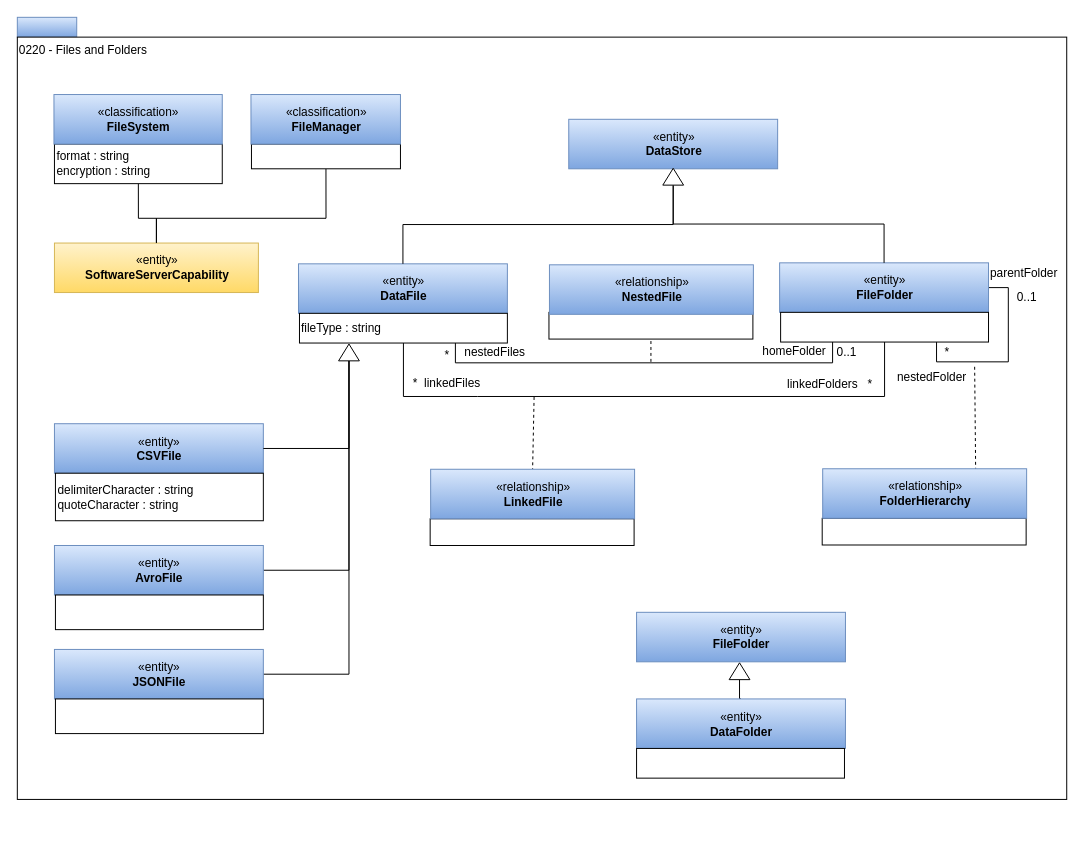
This is page "0220-Files-and-Folders" (8 of 21) of site/docs/types/2/area-2-assets.drawio from odpi/egeria-docs, a draw.io file, before an edit. Source tidied: cells renumbered, new cells numbered last; positions are measured from the earlier drawing's top-left corner, leaving out a move shared by most shapes. Both pictures are drawn from the tidied source at 99%, with x=0, y=0 at pixel (17, 17).
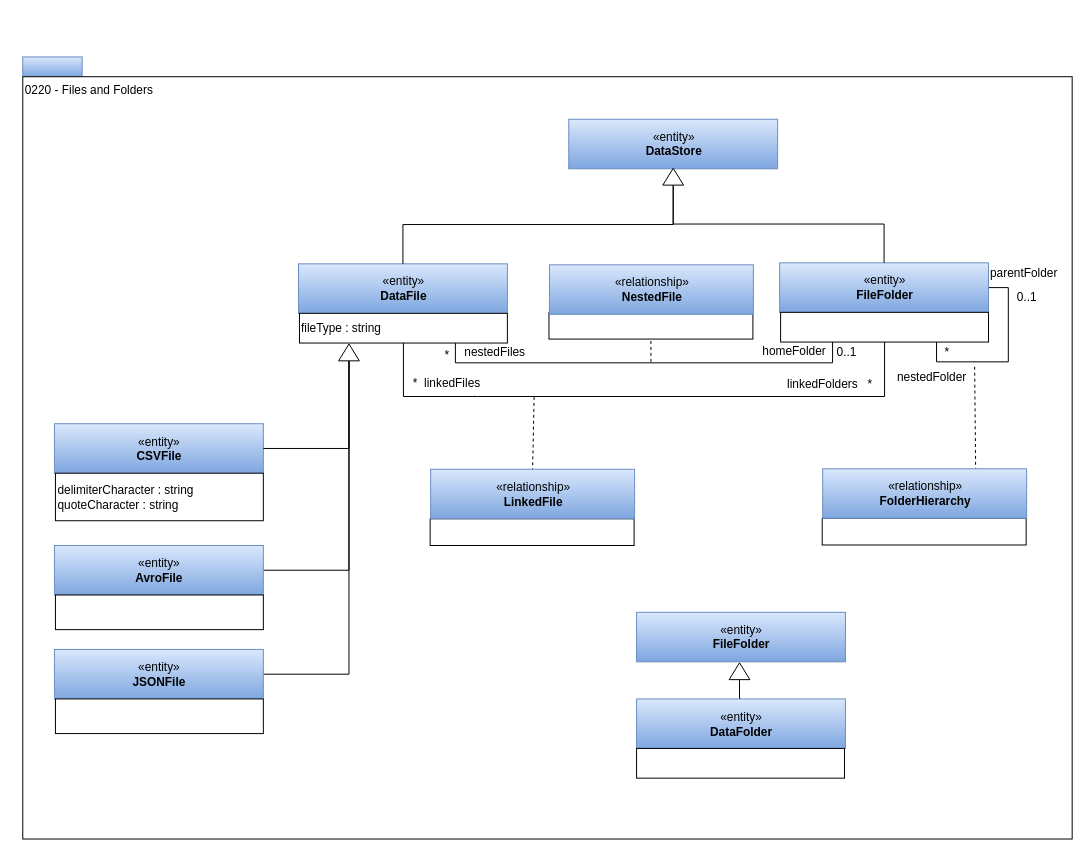
After the change.

Change to the diagram source:
```diff
@@
     <mxCell id="2" style="rounded=0;whiteSpace=wrap;html=1;align=left;fillColor=#dae8fc;strokeColor=#6c8ebf;gradientColor=#7ea6e0;" parent="1" vertex="1">
-      <mxGeometry width="60" height="20" as="geometry" />
+      <mxGeometry x="5.5" y="40" width="60" height="20" as="geometry" />
     </mxCell>
     <mxCell id="3" value="0220 - Files and Folders" style="rounded=0;whiteSpace=wrap;html=1;align=left;verticalAlign=top;" parent="1" vertex="1">
-      <mxGeometry y="20" width="1060" height="770" as="geometry" />
+      <mxGeometry x="5.5" y="60" width="1060" height="770" as="geometry" />
     </mxCell>
-    <mxCell id="4" style="edgeStyle=orthogonalEdgeStyle;rounded=0;jettySize=auto;html=1;exitX=0.5;exitY=1;exitDx=0;exitDy=0;entryX=0.5;entryY=0;entryDx=0;entryDy=0;endArrow=none;endFill=0;" parent="1" edge="1" source="5" target="7">
-      <mxGeometry relative="1" as="geometry">
-        <Array as="points">
-          <mxPoint x="122" y="203" />
-          <mxPoint x="141" y="203" />
-        </Array>
-      </mxGeometry>
-    </mxCell>
-    <mxCell id="5" value="format : string&lt;br&gt;encryption : string&lt;br&gt;" style="rounded=0;whiteSpace=wrap;html=1;strokeColor=#000000;gradientColor=#ffffff;align=left;" parent="1" vertex="1">
-      <mxGeometry x="37.5" y="128" width="169.5" height="40" as="geometry" />
-    </mxCell>
-    <mxCell id="6" value="«classification»&lt;br&gt;&lt;b&gt;FileSystem&lt;/b&gt;" style="html=1;strokeColor=#6c8ebf;align=center;fillColor=#dae8fc;gradientColor=#7ea6e0;" parent="1" vertex="1">
-      <mxGeometry x="37" y="78" width="170" height="50" as="geometry" />
-    </mxCell>
-    <mxCell id="7" value="«entity»&lt;br&gt;&lt;b&gt;SoftwareServerCapability&lt;/b&gt;&lt;br&gt;" style="html=1;strokeColor=#d6b656;align=center;fillColor=#fff2cc;gradientColor=#ffd966;" parent="1" vertex="1">
-      <mxGeometry x="37.5" y="228" width="206" height="50" as="geometry" />
-    </mxCell>
@@
-    <mxCell id="53" style="edgeStyle=orthogonalEdgeStyle;rounded=0;jettySize=auto;html=1;exitX=0.5;exitY=1;exitDx=0;exitDy=0;entryX=0.5;entryY=0;entryDx=0;entryDy=0;endArrow=none;endFill=0;" parent="1" edge="1" source="54" target="7">
-      <mxGeometry relative="1" as="geometry">
-        <Array as="points">
-          <mxPoint x="312" y="203" />
-          <mxPoint x="141" y="203" />
-        </Array>
-      </mxGeometry>
-    </mxCell>
-    <mxCell id="54" style="rounded=0;whiteSpace=wrap;html=1;strokeColor=#000000;gradientColor=#ffffff;align=left;" parent="1" vertex="1">
-      <mxGeometry x="236.5" y="128" width="150.5" height="25" as="geometry" />
-    </mxCell>
-    <mxCell id="55" value="«classification»&lt;br&gt;&lt;b&gt;FileManager&lt;/b&gt;" style="html=1;strokeColor=#6c8ebf;align=center;fillColor=#dae8fc;gradientColor=#7ea6e0;" parent="1" vertex="1">
-      <mxGeometry x="236" y="78" width="151" height="50" as="geometry" />
-    </mxCell>
```
